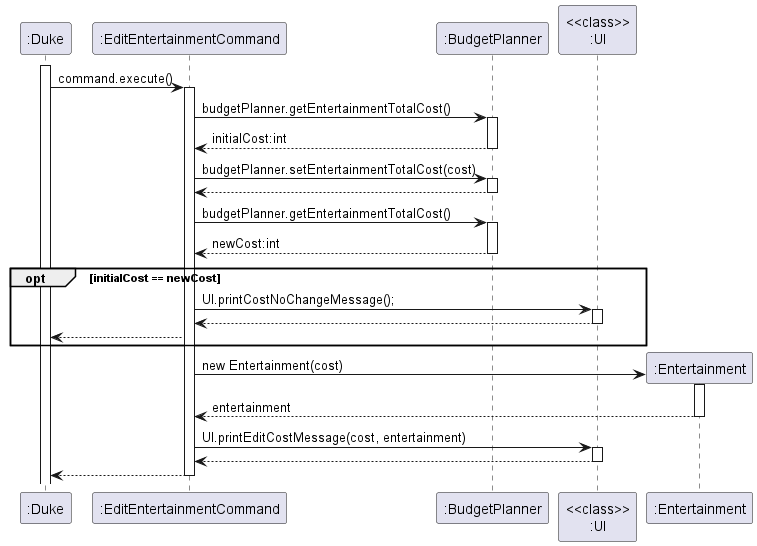
Before: docs/diagrams/budget/EditEntertainmentCommand.png, a diagram exported from PlantUML (nus-cs2113-AY2223S2/tp).
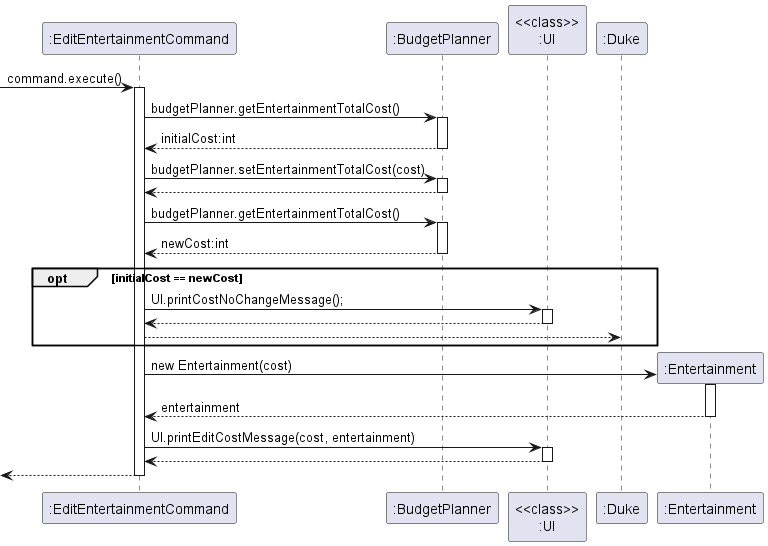
Later version of the same file.

Commit message:
Remove Duke from diagrams

What changed in the source:
```diff
@@ -1,6 +1,5 @@
 @startuml
-activate ":Duke"
-":Duke" -> ":EditEntertainmentCommand" : command.execute()
+-> ":EditEntertainmentCommand" : command.execute()
 activate ":EditEntertainmentCommand"
 ":EditEntertainmentCommand" -> ":BudgetPlanner" : budgetPlanner.getEntertainmentTotalCost()
 activate ":BudgetPlanner"
@@ -30,6 +29,6 @@
 activate "<<class>>\n:UI"
 ":EditEntertainmentCommand" <-- "<<class>>\n:UI"
 deactivate "<<class>>\n:UI"
-":EditEntertainmentCommand" --> ":Duke"
+<-- ":EditEntertainmentCommand"
 deactivate ":EditEntertainmentCommand"
 @enduml
```
